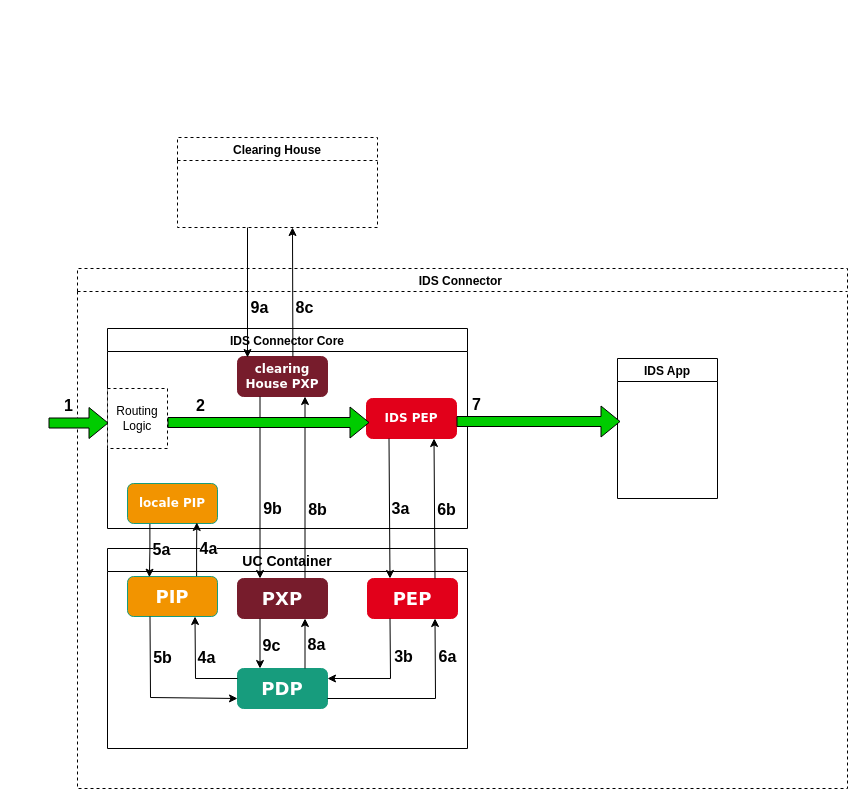
Earlier version of the draw.io diagram page "Components" (1 of 2) of documentation/3_Layers_of_the_Reference_Architecture_Model/3_3_Process_Layer/media/uc-example.drawio (International-Data-Spaces-Association/IDS-RAM_4_0). Source tidied: cells renumbered, new cells numbered last; positions are measured from the earlier drawing's top-left corner, leaving out a move shared by most shapes. Both pictures are drawn from the tidied source at 100%, with x=0, y=0 at pixel (48, 137).
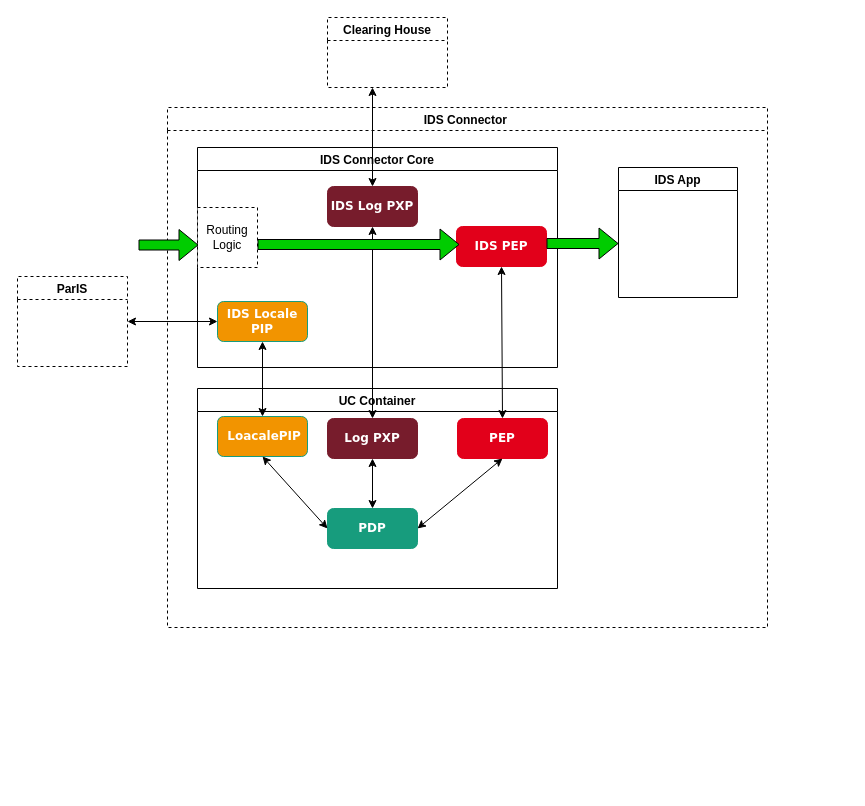
After the change.

Change to the diagram source:
```diff
@@
     <mxCell id="2" value="IDS Connector " style="swimlane;dashed=1;" parent="1" vertex="1">
-      <mxGeometry x="29" y="131" width="770" height="520" as="geometry" />
+      <mxGeometry x="119" y="-30" width="600" height="520" as="geometry" />
     </mxCell>
+    <mxCell id="33" value="IDS App" style="swimlane;" parent="2" vertex="1">
+      <mxGeometry x="451" y="60" width="119" height="130" as="geometry" />
+    </mxCell>
-    <mxCell id="3" value="UC Container" style="swimlane;fontSize=14;" parent="2" vertex="1">
-      <mxGeometry x="30" y="280" width="360" height="200" as="geometry" />
+    <mxCell id="3" value="UC Container" style="swimlane;fontSize=12;startSize=23;" parent="2" vertex="1">
+      <mxGeometry x="30" y="281" width="360" height="200" as="geometry" />
     </mxCell>
-    <mxCell id="4" style="endArrow=classic;html=1;rounded=0;fontSize=12;fillColor=#00CC00;exitX=0.75;exitY=0;exitDx=0;exitDy=0;entryX=0.75;entryY=1;entryDx=0;entryDy=0;" parent="3" edge="1" source="9" target="10">
-      <mxGeometry relative="1" as="geometry" />
-    </mxCell>
-    <mxCell id="5" value="8b" style="edgeLabel;html=1;align=center;verticalAlign=middle;fontSize=16;fontStyle=1;" parent="4" vertex="1">
-      <mxGeometry x="-0.11" y="-1" relative="1" as="geometry">
-        <mxPoint x="11" y="11" as="offset" />
-      </mxGeometry>
-    </mxCell>
-    <mxCell id="6" value="&lt;font face=&quot;Verdana&quot; style=&quot;font-size: 18px&quot; color=&quot;#ffffff&quot;&gt;&lt;b&gt;PEP&lt;/b&gt;&lt;/font&gt;" style="rounded=1;whiteSpace=wrap;html=1;fillColor=#E2001A;strokeColor=#E2001A;" parent="3" vertex="1">
+    <mxCell id="6" value="&lt;font face=&quot;Verdana&quot; color=&quot;#ffffff&quot; size=&quot;1&quot;&gt;&lt;b style=&quot;font-size: 12px&quot;&gt;PEP&lt;/b&gt;&lt;/font&gt;" style="rounded=1;whiteSpace=wrap;html=1;fillColor=#E2001A;strokeColor=#E2001A;" parent="3" vertex="1">
       <mxGeometry x="260" y="30" width="90" height="40" as="geometry" />
     </mxCell>
-    <mxCell id="7" value="&lt;b style=&quot;color: rgb(255 , 255 , 255) ; font-family: &amp;#34;verdana&amp;#34; ; font-size: 18px&quot;&gt;PDP&lt;/b&gt;" style="rounded=1;whiteSpace=wrap;html=1;fillColor=#179C7D;strokeColor=#179C7D;" parent="3" vertex="1">
+    <mxCell id="7" value="&lt;b style=&quot;color: rgb(255 , 255 , 255) ; font-family: &amp;#34;verdana&amp;#34;&quot;&gt;&lt;font style=&quot;font-size: 12px&quot;&gt;PDP&lt;/font&gt;&lt;/b&gt;" style="rounded=1;whiteSpace=wrap;html=1;fillColor=#179C7D;strokeColor=#179C7D;" parent="3" vertex="1">
       <mxGeometry x="130" y="120" width="90" height="40" as="geometry" />
     </mxCell>
-    <mxCell id="8" value="&lt;b style=&quot;color: rgb(255 , 255 , 255) ; font-family: &amp;#34;verdana&amp;#34; ; font-size: 18px&quot;&gt;PIP&lt;/b&gt;" style="rounded=1;whiteSpace=wrap;html=1;fillColor=#F29400;strokeColor=#179C7D;" parent="3" vertex="1">
+    <mxCell id="8" value="&lt;b style=&quot;color: rgb(255 , 255 , 255) ; font-family: &amp;#34;verdana&amp;#34;&quot;&gt;&lt;font style=&quot;font-size: 12px&quot;&gt;&amp;nbsp;LoacalePIP&lt;/font&gt;&lt;/b&gt;" style="rounded=1;whiteSpace=wrap;html=1;fillColor=#F29400;strokeColor=#179C7D;" parent="3" vertex="1">
       <mxGeometry x="20" y="28" width="90" height="40" as="geometry" />
     </mxCell>
-    <mxCell id="9" value="&lt;b style=&quot;color: rgb(255 , 255 , 255) ; font-family: &amp;#34;verdana&amp;#34; ; font-size: 18px&quot;&gt;PXP&lt;/b&gt;" style="rounded=1;whiteSpace=wrap;html=1;fillColor=#771C2C;strokeColor=#771C2C;" parent="3" vertex="1">
+    <mxCell id="9" value="&lt;b style=&quot;color: rgb(255 , 255 , 255) ; font-family: &amp;#34;verdana&amp;#34;&quot;&gt;&lt;font style=&quot;font-size: 12px&quot;&gt;Log PXP&lt;/font&gt;&lt;/b&gt;" style="rounded=1;whiteSpace=wrap;html=1;fillColor=#771C2C;strokeColor=#771C2C;" parent="3" vertex="1">
       <mxGeometry x="130" y="30" width="90" height="40" as="geometry" />
     </mxCell>
-    <mxCell id="10" value="&lt;b style=&quot;color: rgb(255 , 255 , 255) ; font-family: &amp;#34;verdana&amp;#34;&quot;&gt;&lt;font style=&quot;font-size: 12px&quot;&gt;clearing House PXP&lt;/font&gt;&lt;/b&gt;" style="rounded=1;whiteSpace=wrap;html=1;fillColor=#771C2C;strokeColor=#771C2C;" parent="3" vertex="1">
-      <mxGeometry x="130" y="-192" width="90" height="40" as="geometry" />
+    <mxCell id="10" value="&lt;b style=&quot;color: rgb(255 , 255 , 255) ; font-family: &amp;#34;verdana&amp;#34;&quot;&gt;&lt;font style=&quot;font-size: 12px&quot;&gt;IDS Log PXP&lt;/font&gt;&lt;/b&gt;" style="rounded=1;whiteSpace=wrap;html=1;fillColor=#771C2C;strokeColor=#771C2C;" parent="3" vertex="1">
+      <mxGeometry x="130" y="-202" width="90" height="40" as="geometry" />
     </mxCell>
-    <mxCell id="11" style="endArrow=classic;html=1;rounded=0;fontSize=12;fillColor=#00CC00;exitX=0;exitY=0.25;exitDx=0;exitDy=0;entryX=0.75;entryY=1;entryDx=0;entryDy=0;" parent="3" edge="1" source="7" target="8">
-      <mxGeometry relative="1" as="geometry">
-        <Array as="points">
-          <mxPoint x="88" y="130" />
-        </Array>
-      </mxGeometry>
-    </mxCell>
-    <mxCell id="12" value="&lt;b&gt;4a&lt;/b&gt;" style="edgeLabel;html=1;align=center;verticalAlign=middle;fontSize=16;" parent="11" vertex="1">
-      <mxGeometry x="0.18" y="-1" relative="1" as="geometry">
-        <mxPoint x="10" y="-2" as="offset" />
-      </mxGeometry>
-    </mxCell>
+    <mxCell id="4" style="endArrow=classic;startArrow=classic;html=1;rounded=0;fontFamily=Helvetica;fontSize=12;fontColor=#000000;entryX=0.5;entryY=1;entryDx=0;entryDy=0;exitX=0.5;exitY=0;exitDx=0;exitDy=0;" parent="3" edge="1" source="9" target="10">
+      <mxGeometry relative="1" as="geometry" />
+    </mxCell>
+    <mxCell id="25" style="endArrow=classic;startArrow=classic;html=1;rounded=0;fontFamily=Helvetica;fontSize=12;fontColor=#000000;exitX=0.5;exitY=1;exitDx=0;exitDy=0;entryX=0;entryY=0.5;entryDx=0;entryDy=0;" parent="3" edge="1" source="8" target="7">
+      <mxGeometry relative="1" as="geometry" />
+    </mxCell>
+    <mxCell id="48" style="endArrow=classic;startArrow=classic;html=1;rounded=0;fontFamily=Helvetica;fontSize=12;fontColor=#000000;entryX=0.5;entryY=1;entryDx=0;entryDy=0;exitX=1;exitY=0.5;exitDx=0;exitDy=0;" parent="3" edge="1" source="7" target="6">
+      <mxGeometry relative="1" as="geometry" />
+    </mxCell>
-    <mxCell id="13" style="endArrow=classic;html=1;rounded=0;fontSize=12;fillColor=#00CC00;exitX=0.75;exitY=0;exitDx=0;exitDy=0;entryX=0.75;entryY=1;entryDx=0;entryDy=0;" parent="3" edge="1" source="7" target="9">
+    <mxCell id="13" style="endArrow=classic;startArrow=classic;html=1;rounded=0;fontFamily=Helvetica;fontSize=12;fontColor=#000000;entryX=0.5;entryY=1;entryDx=0;entryDy=0;exitX=0.5;exitY=0;exitDx=0;exitDy=0;" parent="3" edge="1" source="7" target="9">
       <mxGeometry relative="1" as="geometry" />
     </mxCell>
-    <mxCell id="14" value="&lt;b&gt;&lt;font style=&quot;font-size: 16px&quot;&gt;8a&lt;/font&gt;&lt;/b&gt;" style="edgeLabel;html=1;align=center;verticalAlign=middle;fontSize=14;" parent="13" vertex="1">
-      <mxGeometry x="-0.01" y="-1" relative="1" as="geometry">
-        <mxPoint x="10" as="offset" />
-      </mxGeometry>
-    </mxCell>
-    <mxCell id="15" style="endArrow=classic;html=1;rounded=0;fontSize=12;fillColor=#00CC00;exitX=0.25;exitY=1;exitDx=0;exitDy=0;entryX=0.25;entryY=0;entryDx=0;entryDy=0;" parent="3" edge="1" source="10" target="9">
-      <mxGeometry relative="1" as="geometry" />
-    </mxCell>
-    <mxCell id="16" value="&lt;font style=&quot;font-size: 16px&quot;&gt;&lt;b&gt;9b&lt;/b&gt;&lt;/font&gt;" style="edgeLabel;html=1;align=center;verticalAlign=middle;fontSize=14;" parent="15" vertex="1">
-      <mxGeometry x="-0.21" y="-1" relative="1" as="geometry">
-        <mxPoint x="13" y="39" as="offset" />
-      </mxGeometry>
-    </mxCell>
-    <mxCell id="17" style="endArrow=classic;html=1;rounded=0;fontSize=12;fillColor=#00CC00;exitX=0.25;exitY=1;exitDx=0;exitDy=0;entryX=0.25;entryY=0;entryDx=0;entryDy=0;" parent="3" edge="1" source="9" target="7">
-      <mxGeometry relative="1" as="geometry" />
-    </mxCell>
-    <mxCell id="18" value="9c" style="edgeLabel;html=1;align=center;verticalAlign=middle;fontSize=16;fontStyle=1;" parent="17" vertex="1">
-      <mxGeometry x="-0.28" relative="1" as="geometry">
-        <mxPoint x="11" y="8" as="offset" />
-      </mxGeometry>
-    </mxCell>
-    <mxCell id="19" style="endArrow=classic;html=1;rounded=0;fontSize=12;fillColor=#00CC00;exitX=0.25;exitY=1;exitDx=0;exitDy=0;entryX=1;entryY=0.25;entryDx=0;entryDy=0;" parent="3" edge="1" source="6" target="7">
-      <mxGeometry x="-0.19" y="10" relative="1" as="geometry">
-        <Array as="points">
-          <mxPoint x="283" y="130" />
-        </Array>
-      </mxGeometry>
-    </mxCell>
-    <mxCell id="20" value="3b" style="edgeLabel;html=1;align=center;verticalAlign=middle;fontSize=16;fontStyle=1;" parent="19" vertex="1">
-      <mxGeometry x="-0.3" y="1" relative="1" as="geometry">
-        <mxPoint x="12" y="-5" as="offset" />
-      </mxGeometry>
-    </mxCell>
-    <mxCell id="21" style="endArrow=classic;html=1;rounded=0;fontSize=12;fillColor=#00CC00;exitX=1;exitY=0.75;exitDx=0;exitDy=0;entryX=0.75;entryY=1;entryDx=0;entryDy=0;" parent="3" edge="1">
-      <mxGeometry x="0.48" y="-22" relative="1" as="geometry">
-        <mxPoint x="220" y="150" as="sourcePoint" />
-        <mxPoint x="327.5" y="70" as="targetPoint" />
-        <Array as="points">
-          <mxPoint x="328" y="150" />
-        </Array>
-      </mxGeometry>
-    </mxCell>
-    <mxCell id="22" value="&lt;b&gt;6a&lt;/b&gt;" style="edgeLabel;html=1;align=center;verticalAlign=middle;fontSize=16;" parent="21" vertex="1">
-      <mxGeometry x="0.41" y="-1" relative="1" as="geometry">
-        <mxPoint x="11" y="-17" as="offset" />
-      </mxGeometry>
-    </mxCell>
-    <mxCell id="23" style="edgeStyle=orthogonalEdgeStyle;rounded=0;orthogonalLoop=1;jettySize=auto;html=1;exitX=0.238;exitY=0.988;exitDx=0;exitDy=0;entryX=0.232;entryY=0.005;entryDx=0;entryDy=0;fontSize=12;fillColor=#00CC00;exitPerimeter=0;entryPerimeter=0;" parent="3" edge="1">
-      <mxGeometry x="-0.47" y="-9" relative="1" as="geometry">
-        <mxPoint x="42.4" y="-25" as="sourcePoint" />
-        <mxPoint x="41.9" y="28.7" as="targetPoint" />
-        <Array as="points">
-          <mxPoint x="42" y="1.5" />
-          <mxPoint x="42" y="1.5" />
-        </Array>
-      </mxGeometry>
-    </mxCell>
-    <mxCell id="24" value="&lt;b&gt;5a&lt;/b&gt;" style="edgeLabel;html=1;align=center;verticalAlign=middle;fontSize=16;" parent="23" vertex="1">
-      <mxGeometry x="-0.29" y="1" relative="1" as="geometry">
-        <mxPoint x="10" y="6" as="offset" />
-      </mxGeometry>
-    </mxCell>
-    <mxCell id="25" style="endArrow=classic;html=1;rounded=0;fontSize=16;fillColor=#00CC00;entryX=0;entryY=0.75;entryDx=0;entryDy=0;exitX=0.25;exitY=1;exitDx=0;exitDy=0;" parent="3" edge="1" source="8" target="7">
-      <mxGeometry relative="1" as="geometry">
-        <Array as="points">
-          <mxPoint x="43" y="149" />
-        </Array>
-      </mxGeometry>
-    </mxCell>
-    <mxCell id="26" value="5b" style="edgeLabel;html=1;align=center;verticalAlign=middle;fontSize=16;fontStyle=1;" parent="25" vertex="1">
-      <mxGeometry x="-0.31" relative="1" as="geometry">
-        <mxPoint x="12" y="-17" as="offset" />
-      </mxGeometry>
-    </mxCell>
+    <mxCell id="37" style="endArrow=classic;startArrow=classic;html=1;rounded=0;fontFamily=Helvetica;fontSize=12;fontColor=#000000;entryX=0.5;entryY=1;entryDx=0;entryDy=0;exitX=0.5;exitY=0;exitDx=0;exitDy=0;" parent="2" edge="1" source="6" target="29">
+      <mxGeometry relative="1" as="geometry" />
+    </mxCell>
-    <mxCell id="27" value="IDS Connector Core" style="swimlane;" parent="2" vertex="1">
-      <mxGeometry x="30" y="60" width="360" height="200" as="geometry" />
+    <mxCell id="27" value="IDS Connector Core" style="swimlane;startSize=23;" parent="2" vertex="1">
+      <mxGeometry x="30" y="40" width="360" height="220" as="geometry" />
     </mxCell>
@@
     <mxCell id="29" value="&lt;font face=&quot;Verdana&quot; color=&quot;#ffffff&quot; size=&quot;1&quot;&gt;&lt;b style=&quot;font-size: 12px&quot;&gt;IDS PEP&lt;/b&gt;&lt;/font&gt;" style="rounded=1;whiteSpace=wrap;html=1;fillColor=#E2001A;strokeColor=#E2001A;" parent="27" vertex="1">
-      <mxGeometry x="259" y="70" width="90" height="40" as="geometry" />
+      <mxGeometry x="259" y="79" width="90" height="40" as="geometry" />
     </mxCell>
-    <mxCell id="30" value="&lt;b style=&quot;color: rgb(255 , 255 , 255) ; font-family: &amp;#34;verdana&amp;#34;&quot;&gt;&lt;font style=&quot;font-size: 12px&quot;&gt;locale PIP&lt;/font&gt;&lt;/b&gt;" style="rounded=1;whiteSpace=wrap;html=1;fillColor=#F29400;strokeColor=#179C7D;" parent="27" vertex="1">
-      <mxGeometry x="20" y="155" width="90" height="40" as="geometry" />
+    <mxCell id="30" value="&lt;b style=&quot;color: rgb(255 , 255 , 255) ; font-family: &amp;#34;verdana&amp;#34;&quot;&gt;&lt;font style=&quot;font-size: 12px&quot;&gt;IDS Locale PIP&lt;/font&gt;&lt;/b&gt;" style="rounded=1;whiteSpace=wrap;html=1;fillColor=#F29400;strokeColor=#179C7D;" parent="27" vertex="1">
+      <mxGeometry x="20" y="154" width="90" height="40" as="geometry" />
     </mxCell>
     <mxCell id="31" style="shape=flexArrow;endArrow=classic;html=1;rounded=0;fillColor=#00CC00;exitX=1;exitY=0.5;exitDx=0;exitDy=0;" parent="27" edge="1">
       <mxGeometry relative="1" as="geometry">
-        <mxPoint x="60" y="94" as="sourcePoint" />
-        <mxPoint x="262" y="94" as="targetPoint" />
+        <mxPoint x="60" y="97" as="sourcePoint" />
+        <mxPoint x="262" y="97" as="targetPoint" />
       </mxGeometry>
     </mxCell>
-    <mxCell id="32" value="&lt;font style=&quot;font-size: 16px&quot;&gt;2&lt;/font&gt;" style="edgeLabel;html=1;align=center;verticalAlign=middle;fontSize=15;labelBorderColor=none;fontStyle=1;" parent="31" vertex="1">
-      <mxGeometry x="-0.34" y="3" relative="1" as="geometry">
-        <mxPoint x="-35" y="-15" as="offset" />
-      </mxGeometry>
-    </mxCell>
-    <mxCell id="33" value="IDS App" style="swimlane;" parent="2" vertex="1">
-      <mxGeometry x="540" y="90" width="100" height="140" as="geometry" />
-    </mxCell>
+    <mxCell id="39" style="endArrow=classic;startArrow=classic;html=1;rounded=0;fontFamily=Helvetica;fontSize=12;fontColor=#000000;exitX=0.5;exitY=0;exitDx=0;exitDy=0;entryX=0.5;entryY=1;entryDx=0;entryDy=0;" parent="2" edge="1" source="8" target="30">
+      <mxGeometry relative="1" as="geometry" />
+    </mxCell>
+    <mxCell id="41" style="shape=flexArrow;endArrow=classic;html=1;rounded=0;fillColor=#00CC00;" parent="2" edge="1">
+      <mxGeometry relative="1" as="geometry">
+        <mxPoint x="379" y="136" as="sourcePoint" />
+        <mxPoint x="451" y="136" as="targetPoint" />
+      </mxGeometry>
+    </mxCell>
     <mxCell id="34" style="shape=flexArrow;endArrow=classic;html=1;rounded=0;fillColor=#00CC00;" parent="2" edge="1">
       <mxGeometry relative="1" as="geometry">
-        <mxPoint x="-29" y="154.5" as="sourcePoint" />
-        <mxPoint x="31" y="154.5" as="targetPoint" />
+        <mxPoint x="-29" y="137.5" as="sourcePoint" />
+        <mxPoint x="31" y="137.5" as="targetPoint" />
       </mxGeometry>
     </mxCell>
-    <mxCell id="35" value="1" style="edgeLabel;html=1;align=center;verticalAlign=middle;fontSize=16;fontStyle=1;labelBorderColor=none;" parent="34" vertex="1">
-      <mxGeometry x="-0.38" y="1" relative="1" as="geometry">
-        <mxPoint y="-17" as="offset" />
-      </mxGeometry>
-    </mxCell>
-    <mxCell id="36" value="&lt;font style=&quot;font-size: 16px&quot;&gt;&lt;b&gt;3a&lt;/b&gt;&lt;/font&gt;" style="endArrow=classic;html=1;rounded=0;fontSize=12;fillColor=#00CC00;exitX=0.25;exitY=1;exitDx=0;exitDy=0;entryX=0.25;entryY=0;entryDx=0;entryDy=0;" parent="2" edge="1" source="29" target="6">
-      <mxGeometry y="11" relative="1" as="geometry" />
-    </mxCell>
-    <mxCell id="37" style="endArrow=classic;html=1;rounded=0;fontSize=12;fillColor=#00CC00;entryX=0.75;entryY=1;entryDx=0;entryDy=0;exitX=0.75;exitY=0;exitDx=0;exitDy=0;" parent="2" edge="1" source="6" target="29">
-      <mxGeometry relative="1" as="geometry" />
-    </mxCell>
-    <mxCell id="38" value="6b" style="edgeLabel;html=1;align=center;verticalAlign=middle;fontSize=16;fontStyle=1;" parent="37" vertex="1">
-      <mxGeometry x="0.16" y="1" relative="1" as="geometry">
-        <mxPoint x="13" y="11" as="offset" />
-      </mxGeometry>
-    </mxCell>
-    <mxCell id="39" style="edgeStyle=orthogonalEdgeStyle;rounded=0;jettySize=auto;html=1;exitX=0.768;exitY=-0.008;exitDx=0;exitDy=0;fontSize=12;fillColor=#00CC00;entryX=0.77;entryY=0.974;entryDx=0;entryDy=0;exitPerimeter=0;entryPerimeter=0;" parent="2" edge="1" source="8" target="30">
-      <mxGeometry x="-0.31" y="-14" relative="1" as="geometry" />
-    </mxCell>
-    <mxCell id="40" value="&lt;b&gt;4a&lt;/b&gt;" style="edgeLabel;html=1;align=center;verticalAlign=middle;fontSize=16;" parent="39" vertex="1">
-      <mxGeometry x="0.36" relative="1" as="geometry">
-        <mxPoint x="11" y="9" as="offset" />
-      </mxGeometry>
-    </mxCell>
-    <mxCell id="41" style="shape=flexArrow;endArrow=classic;html=1;rounded=0;fillColor=#00CC00;" parent="2" edge="1">
-      <mxGeometry relative="1" as="geometry">
-        <mxPoint x="379" y="153" as="sourcePoint" />
-        <mxPoint x="543" y="153" as="targetPoint" />
-      </mxGeometry>
-    </mxCell>
-    <mxCell id="42" value="&lt;font style=&quot;font-size: 16px&quot;&gt;7&lt;/font&gt;" style="edgeLabel;html=1;align=center;verticalAlign=middle;fontSize=15;labelBorderColor=none;fontStyle=1;" parent="41" vertex="1">
-      <mxGeometry x="-0.34" y="3" relative="1" as="geometry">
-        <mxPoint x="-35" y="-15" as="offset" />
-      </mxGeometry>
-    </mxCell>
+    <mxCell id="49" style="endArrow=classic;startArrow=classic;html=1;rounded=0;fontFamily=Helvetica;fontSize=12;fontColor=#000000;" parent="1" edge="1" source="10">
+      <mxGeometry relative="1" as="geometry">
+        <mxPoint x="324" y="-50" as="targetPoint" />
+      </mxGeometry>
+    </mxCell>
-    <mxCell id="43" value="Clearing House" style="swimlane;dashed=1;" parent="1" vertex="1">
-      <mxGeometry x="129" width="200" height="90" as="geometry" />
+    <mxCell id="43" value="Clearing House" style="swimlane;dashed=1;align=center;" parent="1" vertex="1">
+      <mxGeometry x="279" y="-120" width="120" height="70" as="geometry" />
     </mxCell>
-    <mxCell id="44" style="endArrow=classic;html=1;rounded=0;fontSize=14;fillColor=#00CC00;exitX=0.704;exitY=-0.001;exitDx=0;exitDy=0;exitPerimeter=0;" parent="1" edge="1">
-      <mxGeometry relative="1" as="geometry">
-        <mxPoint x="244.4" y="219" as="sourcePoint" />
-        <mxPoint x="244" y="90" as="targetPoint" />
-      </mxGeometry>
-    </mxCell>
-    <mxCell id="45" value="8c" style="edgeLabel;html=1;align=center;verticalAlign=middle;fontSize=16;fontStyle=1;" parent="44" vertex="1">
-      <mxGeometry x="0.33" y="-1" relative="1" as="geometry">
-        <mxPoint x="10" y="37" as="offset" />
-      </mxGeometry>
-    </mxCell>
-    <mxCell id="46" style="endArrow=classic;html=1;rounded=0;fontSize=14;fillColor=#00CC00;" parent="1" edge="1">
-      <mxGeometry relative="1" as="geometry">
-        <mxPoint x="199" y="90" as="sourcePoint" />
-        <mxPoint x="199" y="220" as="targetPoint" />
-      </mxGeometry>
-    </mxCell>
-    <mxCell id="47" value="9a" style="edgeLabel;html=1;align=center;verticalAlign=middle;fontSize=16;fontStyle=1;" parent="46" vertex="1">
-      <mxGeometry x="-0.24" y="3" relative="1" as="geometry">
-        <mxPoint x="8" y="30" as="offset" />
-      </mxGeometry>
-    </mxCell>
+    <mxCell id="50" value="ParIS" style="swimlane;dashed=1;" parent="1" vertex="1">
+      <mxGeometry x="-31" y="139" width="110" height="90" as="geometry" />
+    </mxCell>
+    <mxCell id="51" style="endArrow=classic;startArrow=classic;html=1;rounded=0;fontFamily=Helvetica;fontSize=12;fontColor=#000000;entryX=0;entryY=0.5;entryDx=0;entryDy=0;exitX=1;exitY=0.5;exitDx=0;exitDy=0;" parent="1" edge="1" source="50" target="30">
+      <mxGeometry relative="1" as="geometry" />
+    </mxCell>
```
